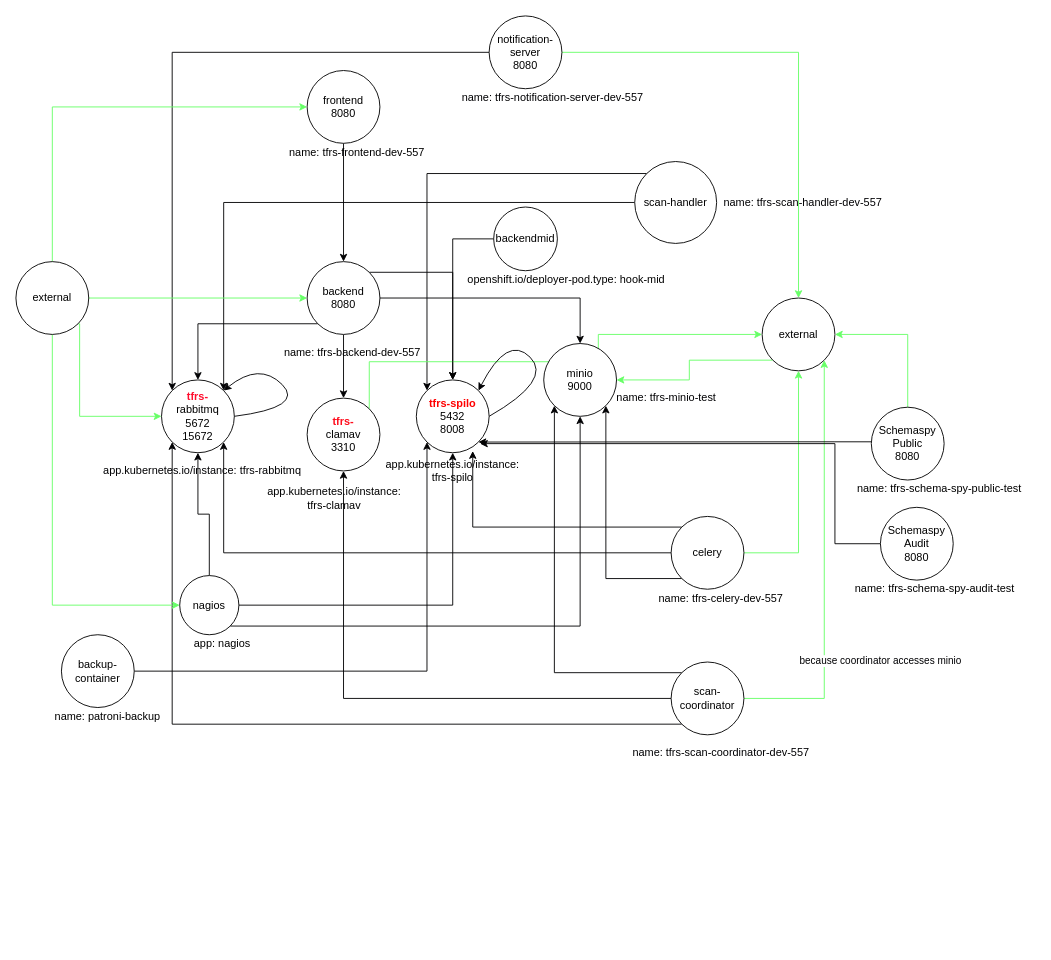
Earlier version of the draw.io diagram openshift-v4/templates/knp/knp-diagram-2.0.0.drawio (bcgov/tfrs). Source tidied: cells renumbered, new cells numbered last; positions are measured from the earlier drawing's top-left corner, leaving out a move shared by most shapes. Both pictures are drawn from the tidied source at 91%, with x=0, y=0 at pixel (15, 15).
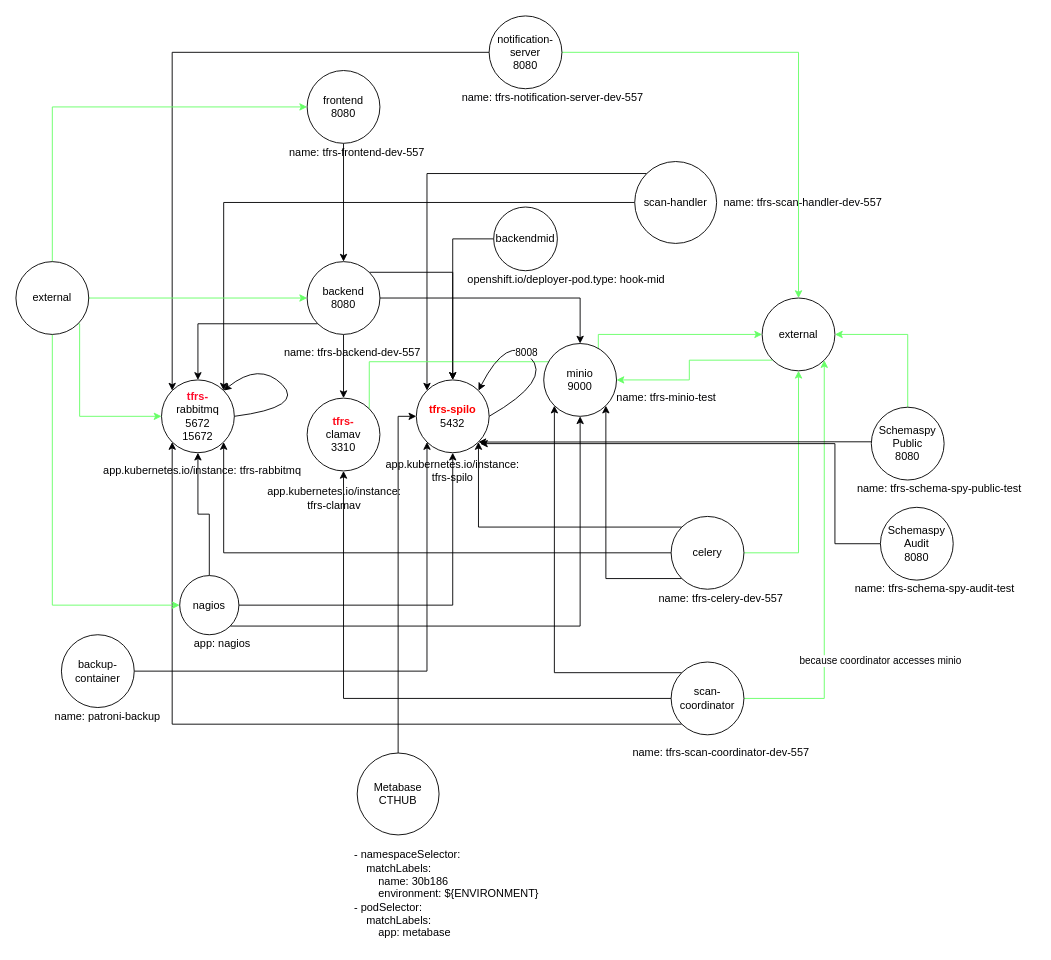
The same diagram, later.

Unchanged cells that the change refers to:
```xml
<mxCell id="16" value="celery" style="ellipse;whiteSpace=wrap;html=1;" parent="1" vertex="1">
  <mxGeometry x="720" y="550" width="80" height="80" as="geometry" />
</mxCell>
<mxCell id="43" style="curved=1;endArrow=classic;html=1;exitX=1;exitY=0.5;exitDx=0;exitDy=0;entryX=1;entryY=0;entryDx=0;entryDy=0;strokeColor=#010103;" parent="1" edge="1" source="25" target="25">
  <mxGeometry relative="1" as="geometry">
    <Array as="points">
      <mxPoint x="590" y="400" />
      <mxPoint x="540" y="350" />
    </Array>
  </mxGeometry>
</mxCell>
```

What changed in the source:
```diff
@@
-    <mxCell id="14" style="edgeStyle=orthogonalEdgeStyle;rounded=0;jettySize=auto;html=1;entryX=0.775;entryY=0.977;entryDx=0;entryDy=0;entryPerimeter=0;exitX=0;exitY=0;exitDx=0;exitDy=0;strokeColor=#010103;" parent="1" edge="1" source="16" target="25">
+    <mxCell id="14" style="edgeStyle=orthogonalEdgeStyle;rounded=0;jettySize=auto;html=1;entryX=1;entryY=1;entryDx=0;entryDy=0;exitX=0;exitY=0;exitDx=0;exitDy=0;strokeColor=#010103;" parent="1" edge="1" source="16" target="25">
       <mxGeometry relative="1" as="geometry" />
     </mxCell>
@@
-    <mxCell id="25" value="&lt;font color=&quot;#ff0000&quot;&gt;&lt;b&gt;tfrs-spilo&lt;/b&gt;&lt;/font&gt;&lt;br&gt;5432&lt;br&gt;8008" style="ellipse;whiteSpace=wrap;html=1;" parent="1" vertex="1">
+    <mxCell id="25" value="&lt;font color=&quot;#ff0000&quot;&gt;&lt;b&gt;tfrs-spilo&lt;/b&gt;&lt;/font&gt;&lt;br&gt;5432&lt;br&gt;" style="ellipse;whiteSpace=wrap;html=1;" parent="1" vertex="1">
       <mxGeometry x="440" y="400" width="80" height="80" as="geometry" />
     </mxCell>
@@
+    <mxCell id="67" value="8008" style="edgeLabel;html=1;align=center;verticalAlign=middle;" parent="43" vertex="1">
+      <mxGeometry x="0.11" y="-1" relative="1" as="geometry" />
+    </mxCell>
@@
+    <mxCell id="68" style="edgeStyle=orthogonalEdgeStyle;rounded=0;jettySize=auto;html=1;entryX=0;entryY=0.5;entryDx=0;entryDy=0;" parent="1" edge="1" source="69" target="25">
+      <mxGeometry relative="1" as="geometry" />
+    </mxCell>
+    <mxCell id="69" value="Metabase&lt;br&gt;CTHUB" style="ellipse;whiteSpace=wrap;html=1;" parent="1" vertex="1">
+      <mxGeometry x="375" y="810" width="90" height="90" as="geometry" />
+    </mxCell>
+    <mxCell id="70" value="&lt;div&gt;- namespaceSelector:&lt;/div&gt;&lt;div&gt;&amp;nbsp; &amp;nbsp; matchLabels:&lt;/div&gt;&lt;div&gt;&amp;nbsp; &amp;nbsp; &amp;nbsp; &amp;nbsp; name: 30b186&lt;/div&gt;&lt;div&gt;&amp;nbsp; &amp;nbsp; &amp;nbsp; &amp;nbsp; environment: ${ENVIRONMENT}&lt;/div&gt;&lt;div&gt;- podSelector:&lt;/div&gt;&lt;div&gt;&amp;nbsp; &amp;nbsp; matchLabels:&lt;/div&gt;&lt;div&gt;&amp;nbsp; &amp;nbsp; &amp;nbsp; &amp;nbsp; app: metabase&lt;/div&gt;" style="text;html=1;strokeColor=none;fillColor=none;align=left;verticalAlign=middle;whiteSpace=wrap;rounded=0;fontColor=#010103;" parent="1" vertex="1">
+      <mxGeometry x="370" y="910" width="220" height="110" as="geometry" />
+    </mxCell>
```
